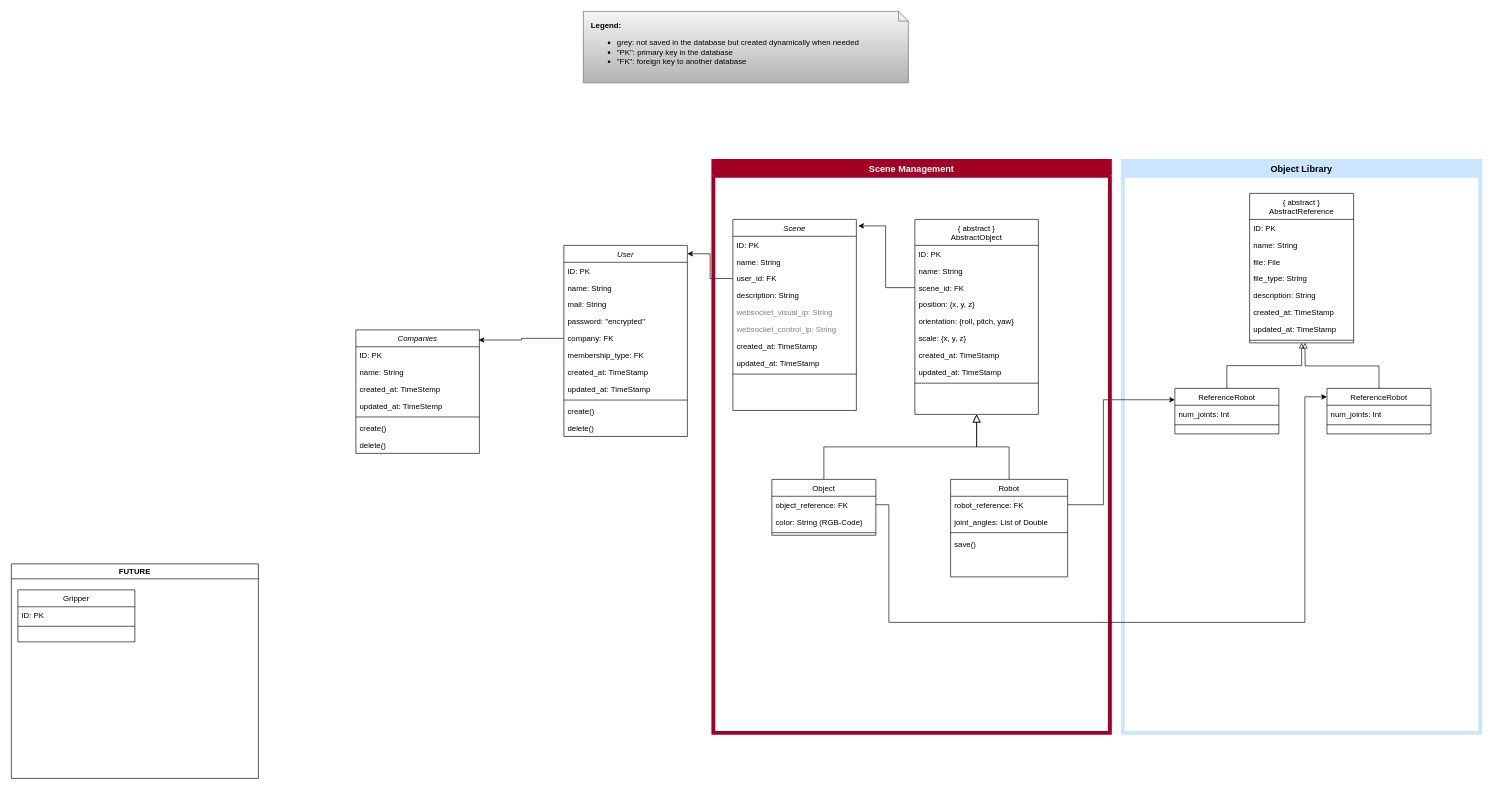
openroboticmetaverse/orom_backend keeps this draw.io diagram as Class_Diagram.drawio. Above is the earlier version. Source tidied: cells renumbered, new cells numbered last; positions are measured from the earlier drawing's top-left corner, leaving out a move shared by most shapes. Both pictures are drawn from the tidied source at 65%, with x=0, y=0 at pixel (11, 11).
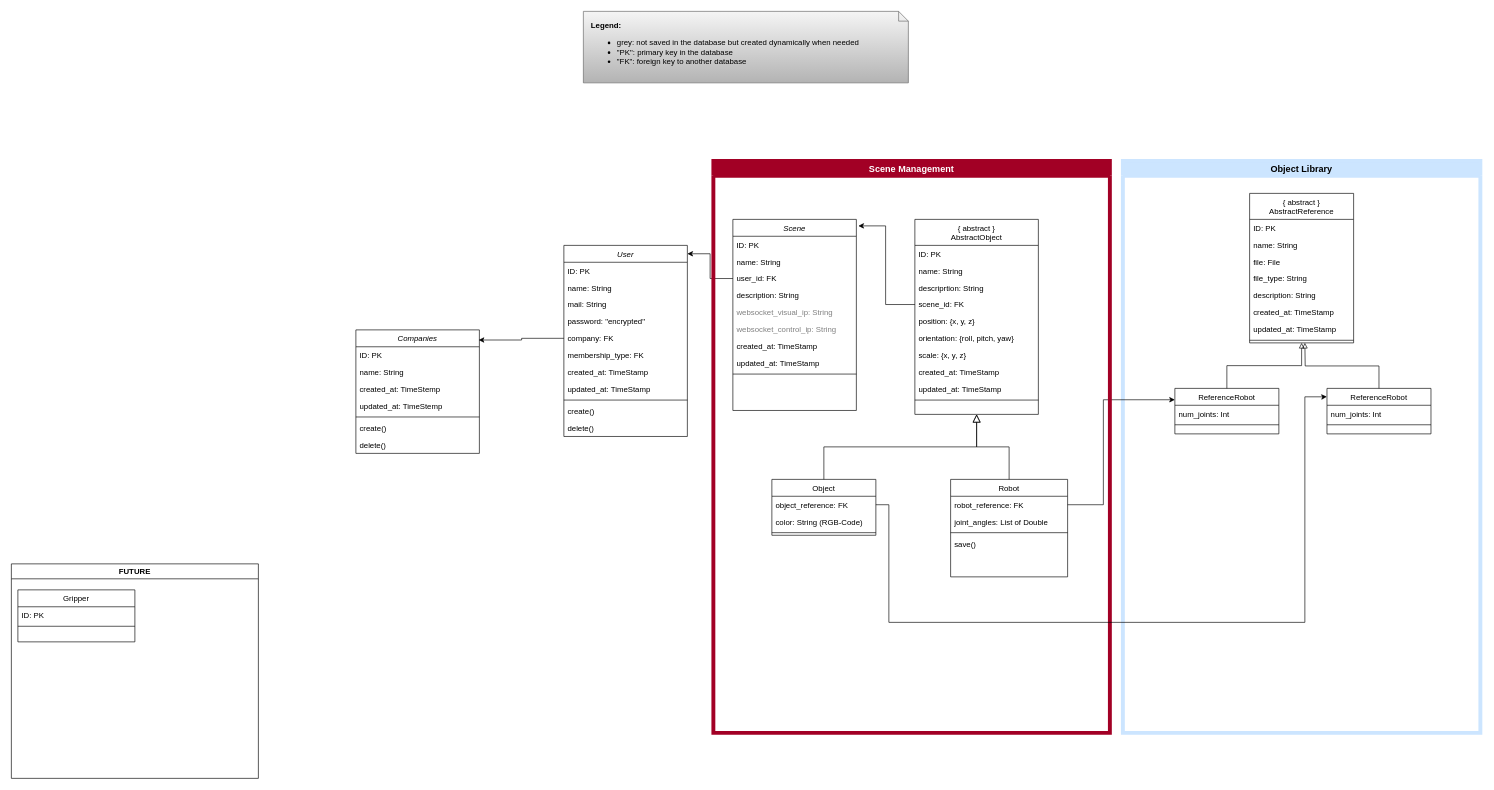
The same diagram, later.

The change refers to these unchanged cells:
```xml
<mxCell id="69" value="{ abstract }&#10;AbstractObject" style="swimlane;fontStyle=0;align=center;verticalAlign=top;horizontal=1;startSize=40;rounded=0;shadow=0;strokeWidth=1;" parent="58" vertex="1">
  <mxGeometry x="310" y="90" width="190" height="300" as="geometry" />
</mxCell>
```

The edit, as a diff of the source:
```diff
@@
+    <mxCell id="82" value="descriprtion: String" style="text;align=left;verticalAlign=top;spacingLeft=4;spacingRight=4;overflow=hidden;rounded=0;shadow=0;html=0;" parent="69" vertex="1">
+      <mxGeometry y="92" width="190" height="26" as="geometry" />
+    </mxCell>
     <mxCell id="72" value="scene_id: FK" style="text;align=left;verticalAlign=top;spacingLeft=4;spacingRight=4;overflow=hidden;points=[[0,0.5],[1,0.5]];portConstraint=eastwest;rounded=0;shadow=0;html=0;" parent="69" vertex="1">
-      <mxGeometry y="92" width="190" height="26" as="geometry" />
+      <mxGeometry y="118" width="190" height="26" as="geometry" />
     </mxCell>
     <mxCell id="73" value="position: {x, y, z}" style="text;align=left;verticalAlign=top;spacingLeft=4;spacingRight=4;overflow=hidden;rounded=0;shadow=0;html=0;" parent="69" vertex="1">
-      <mxGeometry y="118" width="190" height="26" as="geometry" />
+      <mxGeometry y="144" width="190" height="26" as="geometry" />
     </mxCell>
     <mxCell id="74" value="orientation: {roll, pitch, yaw}" style="text;align=left;verticalAlign=top;spacingLeft=4;spacingRight=4;overflow=hidden;rounded=0;shadow=0;html=0;" parent="69" vertex="1">
-      <mxGeometry y="144" width="190" height="26" as="geometry" />
+      <mxGeometry y="170" width="190" height="26" as="geometry" />
     </mxCell>
     <mxCell id="75" value="scale: {x, y, z}" style="text;align=left;verticalAlign=top;spacingLeft=4;spacingRight=4;overflow=hidden;rounded=0;shadow=0;html=0;" parent="69" vertex="1">
-      <mxGeometry y="170" width="190" height="26" as="geometry" />
+      <mxGeometry y="196" width="190" height="26" as="geometry" />
     </mxCell>
     <mxCell id="76" value="created_at: TimeStamp" style="text;align=left;verticalAlign=top;spacingLeft=4;spacingRight=4;overflow=hidden;rounded=0;shadow=0;html=0;" parent="69" vertex="1">
-      <mxGeometry y="196" width="190" height="26" as="geometry" />
+      <mxGeometry y="222" width="190" height="26" as="geometry" />
     </mxCell>
     <mxCell id="77" value="updated_at: TimeStamp" style="text;align=left;verticalAlign=top;spacingLeft=4;spacingRight=4;overflow=hidden;rounded=0;shadow=0;html=0;" parent="69" vertex="1">
-      <mxGeometry y="222" width="190" height="26" as="geometry" />
+      <mxGeometry y="248" width="190" height="26" as="geometry" />
     </mxCell>
     <mxCell id="78" style="line;html=1;strokeWidth=1;align=left;verticalAlign=middle;spacingTop=-1;spacingLeft=3;spacingRight=3;labelPosition=right;" parent="69" vertex="1">
-      <mxGeometry y="248" width="190" height="8" as="geometry" />
+      <mxGeometry y="274" width="190" height="8" as="geometry" />
     </mxCell>
```
